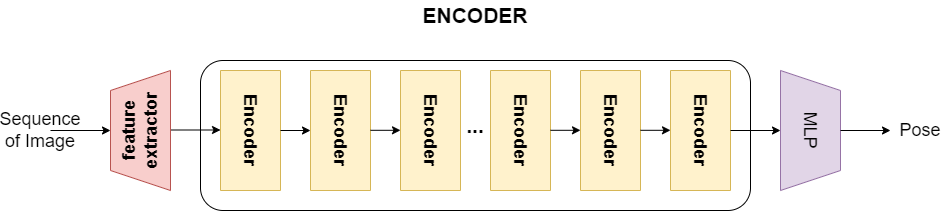
Before: images/4_1_encoder_only.png, a diagram exported from draw.io (WenXiaowei/MasterDegreeThesis). Source tidied: cells renumbered, new cells last; positions are measured from the earlier drawing's top-left corner, leaving out a move shared by most shapes. Source of this version:
```xml
<mxGraphModel>
  <root>
    <mxCell id="0" />
    <mxCell id="1" parent="0" />
    <mxCell id="2" style="rounded=1;whiteSpace=wrap;html=1;labelBackgroundColor=none;labelBorderColor=none;fontSize=18;" parent="1" vertex="1">
      <mxGeometry x="190" y="60" width="550" height="150" as="geometry" />
    </mxCell>
    <mxCell id="3" value="Encoder" style="rounded=0;whiteSpace=wrap;html=1;rotation=90;fontSize=18;fontStyle=1;fillColor=#fff2cc;strokeColor=#d6b656;" parent="1" vertex="1">
      <mxGeometry x="180" y="100" width="120" height="60" as="geometry" />
    </mxCell>
    <mxCell id="4" style="endArrow=classic;html=1;rounded=0;exitX=0.5;exitY=0;exitDx=0;exitDy=0;" parent="1" edge="1" source="3">
      <mxGeometry relative="1" as="geometry">
        <mxPoint x="300" y="130" as="targetPoint" />
      </mxGeometry>
    </mxCell>
    <mxCell id="5" value="Encoder" style="rounded=0;whiteSpace=wrap;html=1;rotation=90;fontSize=18;fontStyle=1;fillColor=#fff2cc;strokeColor=#d6b656;" parent="1" vertex="1">
      <mxGeometry x="270" y="100" width="120" height="60" as="geometry" />
    </mxCell>
    <mxCell id="6" value="Encoder" style="rounded=0;whiteSpace=wrap;html=1;rotation=90;fontSize=18;fontStyle=1;fillColor=#fff2cc;strokeColor=#d6b656;" parent="1" vertex="1">
      <mxGeometry x="360" y="100" width="120" height="60" as="geometry" />
    </mxCell>
    <mxCell id="7" value="Encoder" style="rounded=0;whiteSpace=wrap;html=1;rotation=90;fontSize=18;fontStyle=1;fillColor=#fff2cc;strokeColor=#d6b656;" parent="1" vertex="1">
      <mxGeometry x="450" y="100" width="120" height="60" as="geometry" />
    </mxCell>
    <mxCell id="8" value="Encoder" style="rounded=0;whiteSpace=wrap;html=1;rotation=90;fontSize=18;fontStyle=1;fillColor=#fff2cc;strokeColor=#d6b656;" parent="1" vertex="1">
      <mxGeometry x="540" y="100" width="120" height="60" as="geometry" />
    </mxCell>
    <mxCell id="9" value="Encoder" style="rounded=0;whiteSpace=wrap;html=1;rotation=90;fontSize=18;fontStyle=1;fillColor=#fff2cc;strokeColor=#d6b656;" parent="1" vertex="1">
      <mxGeometry x="630" y="100" width="120" height="60" as="geometry" />
    </mxCell>
    <mxCell id="10" style="endArrow=classic;html=1;rounded=0;exitX=0.5;exitY=0;exitDx=0;exitDy=0;" parent="1" edge="1" source="9">
      <mxGeometry relative="1" as="geometry">
        <mxPoint x="770" y="130" as="targetPoint" />
      </mxGeometry>
    </mxCell>
    <mxCell id="11" style="endArrow=classic;html=1;rounded=0;exitX=0.5;exitY=0;exitDx=0;exitDy=0;" parent="1" edge="1">
      <mxGeometry relative="1" as="geometry">
        <mxPoint x="160" y="129.5" as="sourcePoint" />
        <mxPoint x="210" y="129.5" as="targetPoint" />
      </mxGeometry>
    </mxCell>
    <mxCell id="12" value="feature extractor" style="shape=trapezoid;perimeter=trapezoidPerimeter;whiteSpace=wrap;html=1;fixedSize=1;labelBackgroundColor=none;labelBorderColor=none;fontSize=18;rotation=-90;fontStyle=1;fillColor=#f8cecc;strokeColor=#b85450;" parent="1" vertex="1">
      <mxGeometry x="70" y="100" width="120" height="60" as="geometry" />
    </mxCell>
    <mxCell id="13" value="MLP" style="shape=trapezoid;perimeter=trapezoidPerimeter;whiteSpace=wrap;html=1;fixedSize=1;labelBackgroundColor=none;labelBorderColor=none;fontSize=18;rotation=90;fillColor=#e1d5e7;strokeColor=#9673a6;" parent="1" vertex="1">
      <mxGeometry x="740" y="100" width="120" height="60" as="geometry" />
    </mxCell>
    <mxCell id="14" style="endArrow=classic;html=1;rounded=0;fontSize=18;entryX=0.5;entryY=0;entryDx=0;entryDy=0;" parent="1" edge="1" target="12">
      <mxGeometry relative="1" as="geometry">
        <mxPoint x="40" y="130" as="sourcePoint" />
      </mxGeometry>
    </mxCell>
    <mxCell id="15" value="Sequence of Image" style="text;html=1;strokeColor=none;fillColor=none;align=center;verticalAlign=middle;whiteSpace=wrap;rounded=0;labelBackgroundColor=none;labelBorderColor=none;fontSize=18;" parent="1" vertex="1">
      <mxGeometry y="115" width="60" height="30" as="geometry" />
    </mxCell>
    <mxCell id="16" style="endArrow=classic;html=1;rounded=0;fontSize=18;exitX=0.5;exitY=0;exitDx=0;exitDy=0;" parent="1" edge="1" source="13">
      <mxGeometry relative="1" as="geometry">
        <mxPoint x="880" y="130" as="targetPoint" />
      </mxGeometry>
    </mxCell>
    <mxCell id="17" value="Pose" style="text;html=1;strokeColor=none;fillColor=none;align=center;verticalAlign=middle;whiteSpace=wrap;rounded=0;labelBackgroundColor=none;labelBorderColor=none;fontSize=18;" parent="1" vertex="1">
      <mxGeometry x="880" y="115" width="60" height="30" as="geometry" />
    </mxCell>
    <mxCell id="18" style="endArrow=classic;html=1;rounded=0;exitX=0.5;exitY=0;exitDx=0;exitDy=0;" parent="1" edge="1">
      <mxGeometry relative="1" as="geometry">
        <mxPoint x="360" y="129.8" as="sourcePoint" />
        <mxPoint x="390" y="129.8" as="targetPoint" />
      </mxGeometry>
    </mxCell>
    <mxCell id="19" style="endArrow=classic;html=1;rounded=0;exitX=0.5;exitY=0;exitDx=0;exitDy=0;" parent="1" edge="1">
      <mxGeometry relative="1" as="geometry">
        <mxPoint x="540" y="129.8" as="sourcePoint" />
        <mxPoint x="570" y="129.8" as="targetPoint" />
      </mxGeometry>
    </mxCell>
    <mxCell id="20" style="endArrow=classic;html=1;rounded=0;exitX=0.5;exitY=0;exitDx=0;exitDy=0;" parent="1" edge="1">
      <mxGeometry relative="1" as="geometry">
        <mxPoint x="630" y="129.8" as="sourcePoint" />
        <mxPoint x="660" y="129.8" as="targetPoint" />
      </mxGeometry>
    </mxCell>
    <mxCell id="21" value="ENCODER" style="text;html=1;strokeColor=none;fillColor=none;align=center;verticalAlign=middle;whiteSpace=wrap;rounded=0;labelBackgroundColor=none;labelBorderColor=none;fontSize=21;fontStyle=1;" parent="1" vertex="1">
      <mxGeometry x="435" width="60" height="30" as="geometry" />
    </mxCell>
    <mxCell id="22" value="..." style="text;html=1;strokeColor=none;fillColor=none;align=center;verticalAlign=middle;whiteSpace=wrap;rounded=0;labelBackgroundColor=none;labelBorderColor=none;fontSize=21;fontStyle=1;" parent="1" vertex="1">
      <mxGeometry x="435" y="110" width="60" height="30" as="geometry" />
    </mxCell>
  </root>
</mxGraphModel>
```
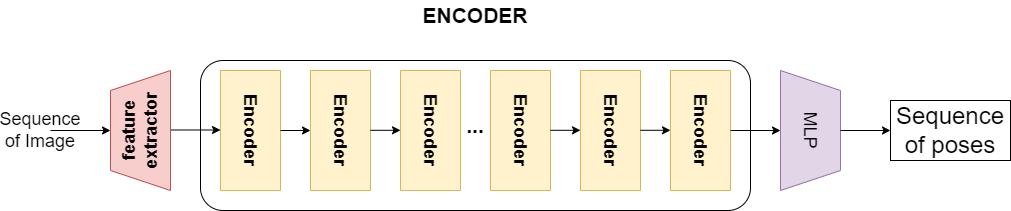
After the commit.

What changed in the source:
```diff
@@ -58,9 +58,6 @@
         <mxPoint x="880" y="130" as="targetPoint" />
       </mxGeometry>
     </mxCell>
-    <mxCell id="17" value="Pose" style="text;html=1;strokeColor=none;fillColor=none;align=center;verticalAlign=middle;whiteSpace=wrap;rounded=0;labelBackgroundColor=none;labelBorderColor=none;fontSize=18;" parent="1" vertex="1">
-      <mxGeometry x="880" y="115" width="60" height="30" as="geometry" />
-    </mxCell>
     <mxCell id="18" style="endArrow=classic;html=1;rounded=0;exitX=0.5;exitY=0;exitDx=0;exitDy=0;" parent="1" edge="1">
       <mxGeometry relative="1" as="geometry">
         <mxPoint x="360" y="129.8" as="sourcePoint" />
@@ -85,5 +82,8 @@
     <mxCell id="22" value="..." style="text;html=1;strokeColor=none;fillColor=none;align=center;verticalAlign=middle;whiteSpace=wrap;rounded=0;labelBackgroundColor=none;labelBorderColor=none;fontSize=21;fontStyle=1;" parent="1" vertex="1">
       <mxGeometry x="435" y="110" width="60" height="30" as="geometry" />
     </mxCell>
+    <mxCell id="23" value="Sequence of poses" style="rounded=0;whiteSpace=wrap;html=1;fillStyle=solid;fontSize=24;" parent="1" vertex="1">
+      <mxGeometry x="880" y="100" width="120" height="60" as="geometry" />
+    </mxCell>
   </root>
 </mxGraphModel>
```
